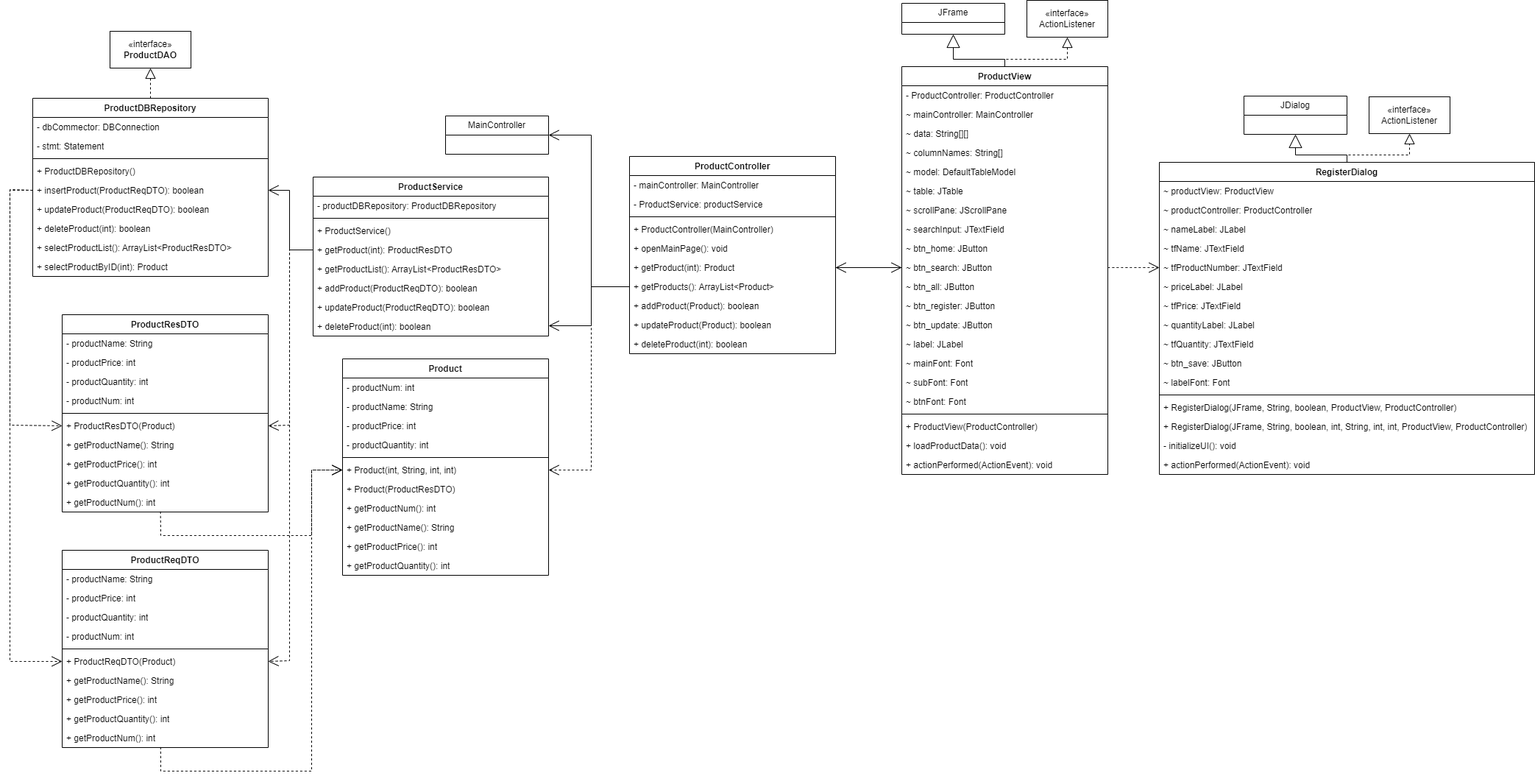
Above: diagram/Product.drawio.png in P-POS/PPOS (draw.io), before the change. Source tidied: cells renumbered, new cells last; positions are measured from the earlier drawing's top-left corner, leaving out a move shared by most shapes.
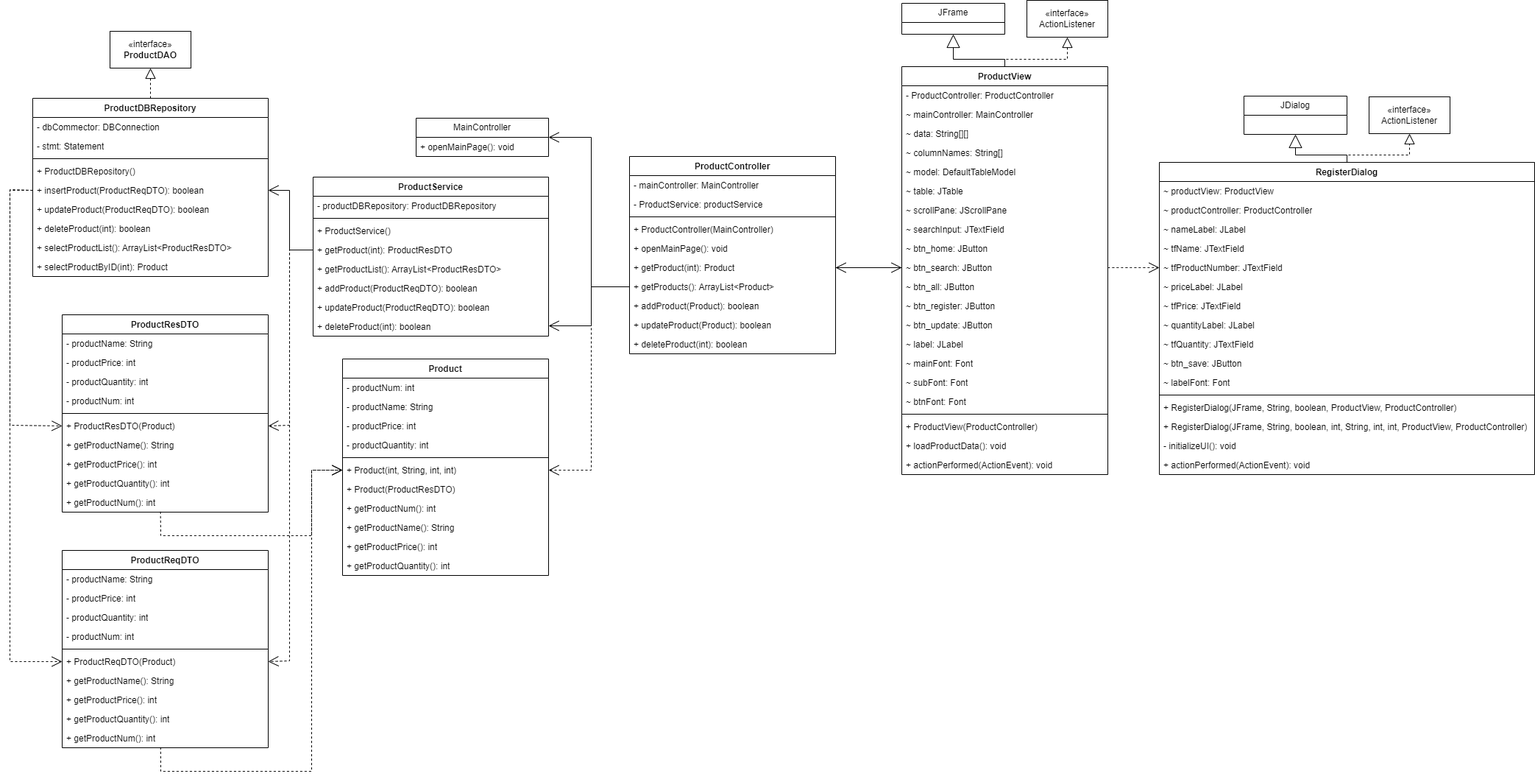
After the change.

The edit, as a diff of the source:
```diff
@@ -223,14 +223,11 @@
         </Array>
       </mxGeometry>
     </mxCell>
-    <mxCell id="69" value="MainController" style="swimlane;fontStyle=0;horizontal=1;startSize=26;fillColor=none;whiteSpace=wrap;html=1;" parent="1" vertex="1">
-      <mxGeometry x="592" y="157" width="140" height="52" as="geometry" />
-    </mxCell>
     <mxCell id="70" style="endArrow=open;endFill=1;endSize=12;html=1;rounded=0;exitX=0;exitY=0.5;exitDx=0;exitDy=0;entryX=1;entryY=0.5;entryDx=0;entryDy=0;" parent="1" edge="1" source="9" target="69">
       <mxGeometry relative="1" as="geometry">
         <Array as="points">
           <mxPoint x="790" y="389" />
-          <mxPoint x="790" y="183" />
+          <mxPoint x="790" y="186" />
         </Array>
       </mxGeometry>
     </mxCell>
@@ -457,5 +454,11 @@
         </Array>
       </mxGeometry>
     </mxCell>
+    <mxCell id="69" value="MainController" style="swimlane;fontStyle=0;horizontal=1;startSize=26;fillColor=none;whiteSpace=wrap;html=1;" parent="1" vertex="1">
+      <mxGeometry x="552" y="160" width="180" height="52" as="geometry" />
+    </mxCell>
+    <mxCell id="129" value="+ openMainPage(): void" style="text;strokeColor=none;fillColor=none;align=left;verticalAlign=top;spacingLeft=4;spacingRight=4;overflow=hidden;whiteSpace=wrap;html=1;" parent="69" vertex="1">
+      <mxGeometry y="26" width="180" height="26" as="geometry" />
+    </mxCell>
   </root>
 </mxGraphModel>
```
